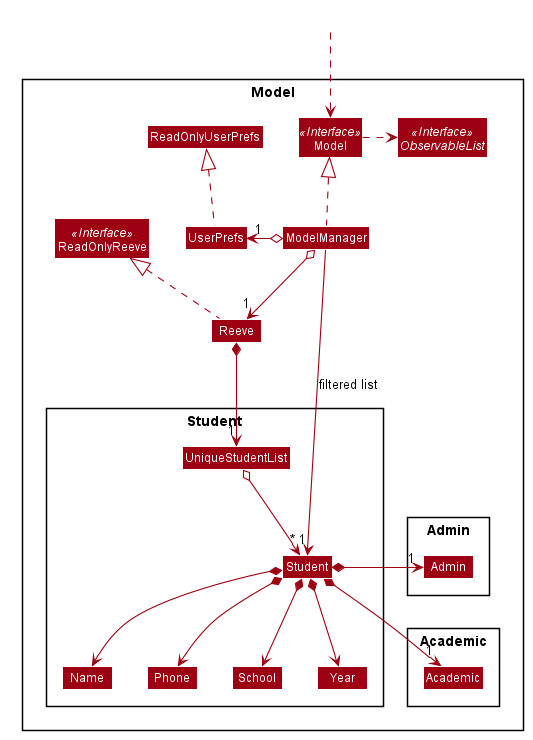
Above: docs/images/ModelClassDiagram.png in nus-cs2103-AY2021S1/tp (PlantUML), before the change.
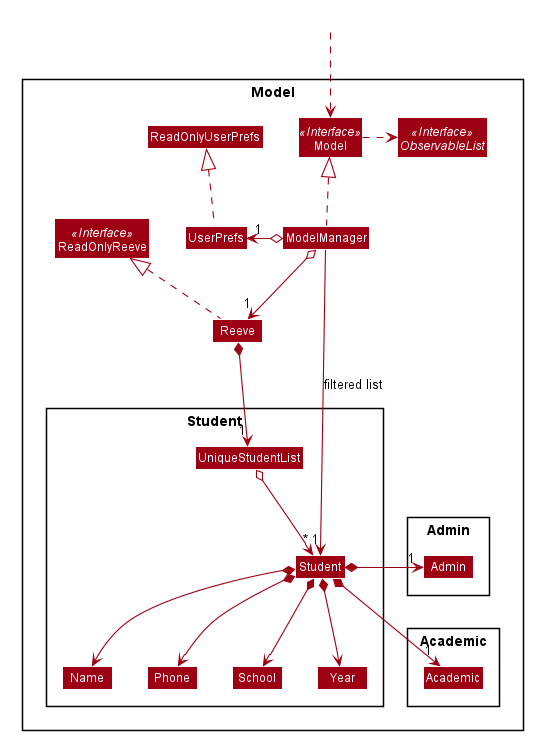
The same diagram one commit later.

What changed in the source:
```diff
@@ -97,12 +97,13 @@
 Student *--> Phone
 Student *--> School
 Student *--> Year
-Student *-> "1" Admin
+Student *-left-> "1" Admin
 Student *--> "1" Academic
 
 Name -[hidden]right-> Phone
 Phone -[hidden]right-> School
 School -[hidden]right-> Year
+ModelManager-[hidden]- UniqueStudentList
 
 ModelManager -->"1" Student : filtered list
 @enduml
```
